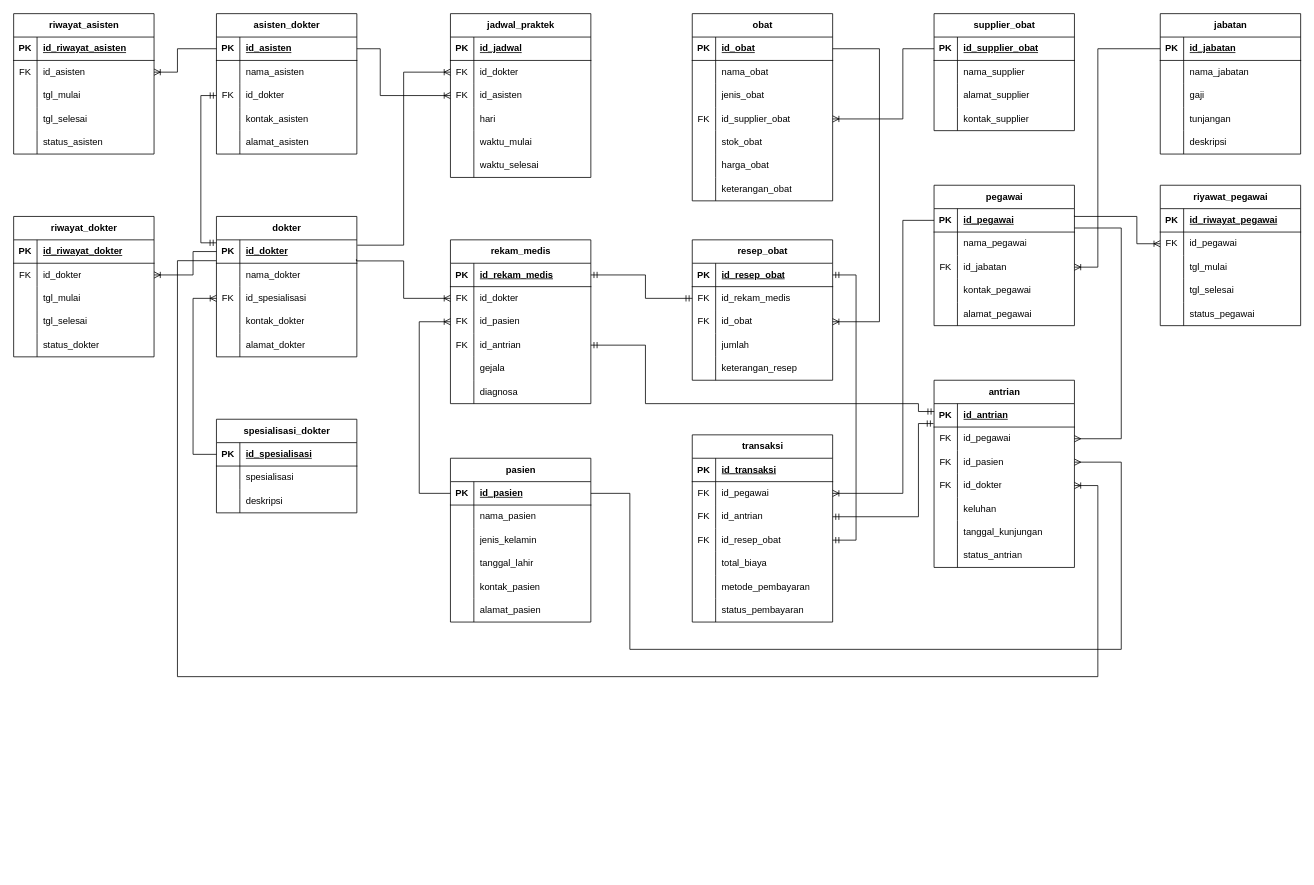
Above: PDM_Klinik.drawio in elikawicaksana/BuildIT_BasisData (draw.io), before the change. Source tidied: cells renumbered, new cells numbered last; positions are measured from the earlier drawing's top-left corner, leaving out a move shared by most shapes. Both pictures are drawn from the tidied source at 78%, with x=0, y=0 at pixel (13, 13).
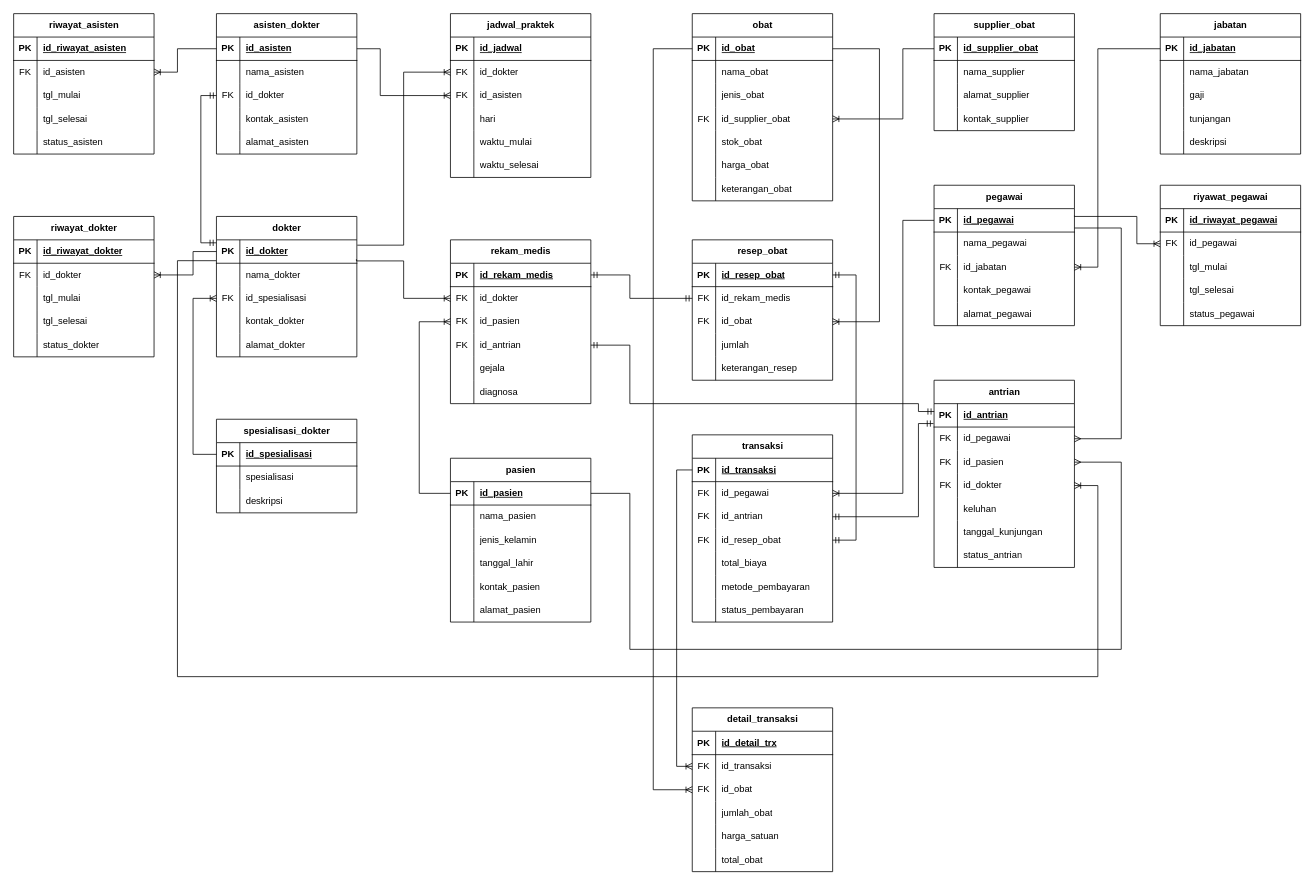
After the change.

The change refers to these unchanged cells:
```xml
<mxCell id="115" style="shape=tableRow;horizontal=0;startSize=0;swimlaneHead=0;swimlaneBody=0;fillColor=none;points=[[0,0.5],[1,0.5]];portConstraint=eastwest;top=0;left=0;right=0;bottom=1;" parent="114" vertex="1">
  <mxGeometry y="30" width="180" height="30" as="geometry" />
</mxCell>
<mxCell id="124" style="shape=tableRow;horizontal=0;startSize=0;swimlaneHead=0;swimlaneBody=0;fillColor=none;points=[[0,0.5],[1,0.5]];portConstraint=eastwest;top=0;left=0;right=0;bottom=0;" parent="114" vertex="1">
  <mxGeometry y="120" width="180" height="30" as="geometry" />
</mxCell>
<mxCell id="134" style="shape=tableRow;horizontal=0;startSize=0;swimlaneHead=0;swimlaneBody=0;fillColor=none;points=[[0,0.5],[1,0.5]];portConstraint=eastwest;top=0;left=0;right=0;bottom=1;" parent="133" vertex="1">
  <mxGeometry y="30" width="180" height="30" as="geometry" />
</mxCell>
<mxCell id="156" style="shape=tableRow;horizontal=0;startSize=0;swimlaneHead=0;swimlaneBody=0;fillColor=none;points=[[0,0.5],[1,0.5]];portConstraint=eastwest;top=0;left=0;right=0;bottom=1;" parent="155" vertex="1">
  <mxGeometry y="30" width="180" height="30" as="geometry" />
</mxCell>
<mxCell id="194" style="shape=tableRow;horizontal=0;startSize=0;swimlaneHead=0;swimlaneBody=0;fillColor=none;points=[[0,0.5],[1,0.5]];portConstraint=eastwest;top=0;left=0;right=0;bottom=0;" parent="190" vertex="1">
  <mxGeometry y="60" width="180" height="30" as="geometry" />
</mxCell>
<mxCell id="207" style="shape=tableRow;horizontal=0;startSize=0;swimlaneHead=0;swimlaneBody=0;fillColor=none;points=[[0,0.5],[1,0.5]];portConstraint=eastwest;top=0;left=0;right=0;bottom=1;" parent="206" vertex="1">
  <mxGeometry y="30" width="180" height="30" as="geometry" />
</mxCell>
```

What changed in the source:
```diff
@@
     <mxCell id="286" style="edgeStyle=orthogonalEdgeStyle;fontSize=12;html=1;endArrow=ERmandOne;startArrow=ERmandOne;rounded=0;entryX=0;entryY=0.5;entryDx=0;entryDy=0;exitX=1;exitY=0.5;exitDx=0;exitDy=0;" parent="1" edge="1" source="115" target="194">
       <mxGeometry relative="1" as="geometry">
         <Array as="points">
-          <mxPoint x="810" y="335" />
-          <mxPoint x="810" y="365" />
+          <mxPoint x="790" y="335" />
+          <mxPoint x="790" y="365" />
         </Array>
       </mxGeometry>
     </mxCell>
     <mxCell id="287" style="edgeStyle=orthogonalEdgeStyle;fontSize=12;html=1;endArrow=ERmandOne;startArrow=ERmandOne;rounded=0;exitX=1;exitY=0.5;exitDx=0;exitDy=0;entryX=0.001;entryY=0.337;entryDx=0;entryDy=0;entryPerimeter=0;" parent="1" edge="1" source="124" target="134">
       <mxGeometry relative="1" as="geometry">
         <Array as="points">
-          <mxPoint x="810" y="425" />
-          <mxPoint x="810" y="500" />
+          <mxPoint x="790" y="425" />
+          <mxPoint x="790" y="500" />
           <mxPoint x="1160" y="500" />
           <mxPoint x="1160" y="510" />
         </Array>
       </mxGeometry>
     </mxCell>
@@
+    <mxCell id="296" value="detail_transaksi" style="shape=table;startSize=30;childLayout=tableLayout;rowLines=0;fontStyle=1;align=center;html=1;" parent="1" vertex="1">
+      <mxGeometry x="870" y="890" width="180" height="210" as="geometry" />
+    </mxCell>
+    <mxCell id="297" style="shape=tableRow;horizontal=0;startSize=0;swimlaneHead=0;swimlaneBody=0;fillColor=none;top=0;left=0;right=0;bottom=1;" parent="296" vertex="1">
+      <mxGeometry y="30" width="180" height="30" as="geometry" />
+    </mxCell>
+    <mxCell id="298" value="PK" style="shape=partialRectangle;fillColor=none;top=0;left=0;bottom=0;right=0;fontStyle=1;overflow=hidden;whiteSpace=wrap;html=1;" parent="297" vertex="1">
+      <mxGeometry width="30" height="30" as="geometry" />
+    </mxCell>
+    <mxCell id="299" value="id_detail_trx" style="shape=partialRectangle;fillColor=none;top=0;left=0;bottom=0;right=0;align=left;spacingLeft=6;fontStyle=5;overflow=hidden;whiteSpace=wrap;html=1;" parent="297" vertex="1">
+      <mxGeometry x="30" width="150" height="30" as="geometry" />
+    </mxCell>
+    <mxCell id="300" style="shape=tableRow;horizontal=0;startSize=0;swimlaneHead=0;swimlaneBody=0;fillColor=none;points=[[0,0.5],[1,0.5]];portConstraint=eastwest;top=0;left=0;right=0;bottom=0;" parent="296" vertex="1">
+      <mxGeometry y="60" width="180" height="30" as="geometry" />
+    </mxCell>
+    <mxCell id="301" value="FK" style="shape=partialRectangle;fillColor=none;top=0;left=0;bottom=0;right=0;overflow=hidden;whiteSpace=wrap;html=1;" parent="300" vertex="1">
+      <mxGeometry width="30" height="30" as="geometry" />
+    </mxCell>
+    <mxCell id="302" value="id_transaksi" style="shape=partialRectangle;fillColor=none;top=0;left=0;bottom=0;right=0;align=left;spacingLeft=6;overflow=hidden;whiteSpace=wrap;html=1;" parent="300" vertex="1">
+      <mxGeometry x="30" width="150" height="30" as="geometry" />
+    </mxCell>
+    <mxCell id="303" style="shape=tableRow;horizontal=0;startSize=0;swimlaneHead=0;swimlaneBody=0;fillColor=none;points=[[0,0.5],[1,0.5]];portConstraint=eastwest;top=0;left=0;right=0;bottom=0;" parent="296" vertex="1">
+      <mxGeometry y="90" width="180" height="30" as="geometry" />
+    </mxCell>
+    <mxCell id="304" value="FK" style="shape=partialRectangle;fillColor=none;top=0;left=0;bottom=0;right=0;overflow=hidden;whiteSpace=wrap;html=1;" parent="303" vertex="1">
+      <mxGeometry width="30" height="30" as="geometry" />
+    </mxCell>
+    <mxCell id="305" value="id_obat" style="shape=partialRectangle;fillColor=none;top=0;left=0;bottom=0;right=0;align=left;spacingLeft=6;overflow=hidden;whiteSpace=wrap;html=1;" parent="303" vertex="1">
+      <mxGeometry x="30" width="150" height="30" as="geometry" />
+    </mxCell>
+    <mxCell id="306" style="shape=tableRow;horizontal=0;startSize=0;swimlaneHead=0;swimlaneBody=0;fillColor=none;top=0;left=0;right=0;bottom=0;" parent="296" vertex="1">
+      <mxGeometry y="120" width="180" height="30" as="geometry" />
+    </mxCell>
+    <mxCell id="307" style="shape=partialRectangle;fillColor=none;top=0;left=0;bottom=0;right=0;overflow=hidden;whiteSpace=wrap;html=1;" parent="306" vertex="1">
+      <mxGeometry width="30" height="30" as="geometry" />
+    </mxCell>
+    <mxCell id="308" value="jumlah_obat" style="shape=partialRectangle;fillColor=none;top=0;left=0;bottom=0;right=0;align=left;spacingLeft=6;overflow=hidden;whiteSpace=wrap;html=1;" parent="306" vertex="1">
+      <mxGeometry x="30" width="150" height="30" as="geometry" />
+    </mxCell>
+    <mxCell id="309" style="shape=tableRow;horizontal=0;startSize=0;swimlaneHead=0;swimlaneBody=0;fillColor=none;top=0;left=0;right=0;bottom=0;" parent="296" vertex="1">
+      <mxGeometry y="150" width="180" height="30" as="geometry" />
+    </mxCell>
+    <mxCell id="310" style="shape=partialRectangle;fillColor=none;top=0;left=0;bottom=0;right=0;overflow=hidden;whiteSpace=wrap;html=1;" parent="309" vertex="1">
+      <mxGeometry width="30" height="30" as="geometry" />
+    </mxCell>
+    <mxCell id="311" value="harga_satuan" style="shape=partialRectangle;fillColor=none;top=0;left=0;bottom=0;right=0;align=left;spacingLeft=6;overflow=hidden;whiteSpace=wrap;html=1;" parent="309" vertex="1">
+      <mxGeometry x="30" width="150" height="30" as="geometry" />
+    </mxCell>
+    <mxCell id="312" style="shape=tableRow;horizontal=0;startSize=0;swimlaneHead=0;swimlaneBody=0;fillColor=none;top=0;left=0;right=0;bottom=0;" parent="296" vertex="1">
+      <mxGeometry y="180" width="180" height="30" as="geometry" />
+    </mxCell>
+    <mxCell id="313" style="shape=partialRectangle;fillColor=none;top=0;left=0;bottom=0;right=0;overflow=hidden;whiteSpace=wrap;html=1;" parent="312" vertex="1">
+      <mxGeometry width="30" height="30" as="geometry" />
+    </mxCell>
+    <mxCell id="314" value="total_obat" style="shape=partialRectangle;fillColor=none;top=0;left=0;bottom=0;right=0;align=left;spacingLeft=6;overflow=hidden;whiteSpace=wrap;html=1;" parent="312" vertex="1">
+      <mxGeometry x="30" width="150" height="30" as="geometry" />
+    </mxCell>
+    <mxCell id="315" style="edgeStyle=orthogonalEdgeStyle;fontSize=12;html=1;endArrow=ERoneToMany;rounded=0;exitX=0;exitY=0.5;exitDx=0;exitDy=0;entryX=0;entryY=0.5;entryDx=0;entryDy=0;" parent="1" edge="1" source="207" target="300">
+      <mxGeometry relative="1" as="geometry">
+        <Array as="points">
+          <mxPoint x="850" y="585" />
+          <mxPoint x="850" y="965" />
+        </Array>
+      </mxGeometry>
+    </mxCell>
+    <mxCell id="316" style="edgeStyle=orthogonalEdgeStyle;fontSize=12;html=1;endArrow=ERoneToMany;rounded=0;exitX=0;exitY=0.5;exitDx=0;exitDy=0;entryX=0;entryY=0.5;entryDx=0;entryDy=0;" parent="1" edge="1" source="156" target="303">
+      <mxGeometry relative="1" as="geometry">
+        <Array as="points">
+          <mxPoint x="820" y="45" />
+          <mxPoint x="820" y="995" />
+          <mxPoint x="870" y="995" />
+        </Array>
+      </mxGeometry>
+    </mxCell>
```
